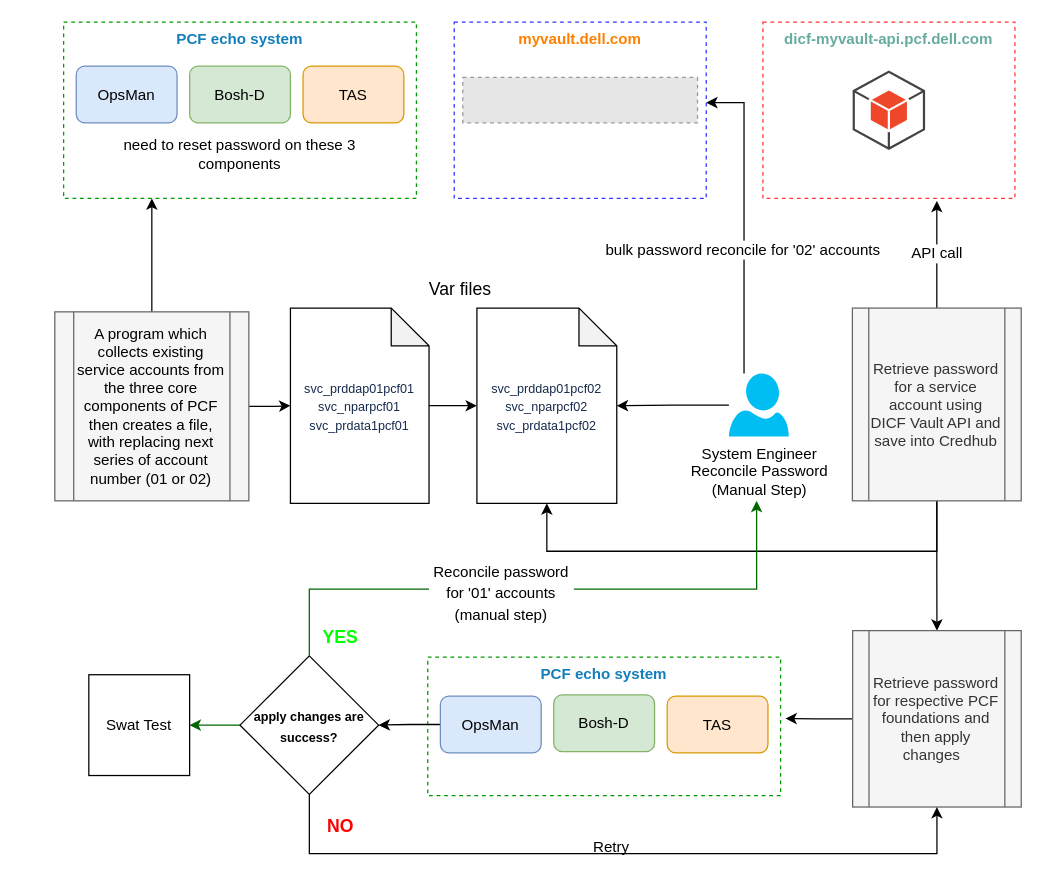
This is Untitled Diagram.drawio from rama78/drawio, a draw.io file, before an edit. Source tidied: cells renumbered, new cells numbered last; positions are measured from the earlier drawing's top-left corner, leaving out a move shared by most shapes. Both pictures are drawn from the tidied source at 126%, with x=0, y=0 at pixel (54, 21). Pictures stored in the file or linked from it are replaced by grey dashed boxes.
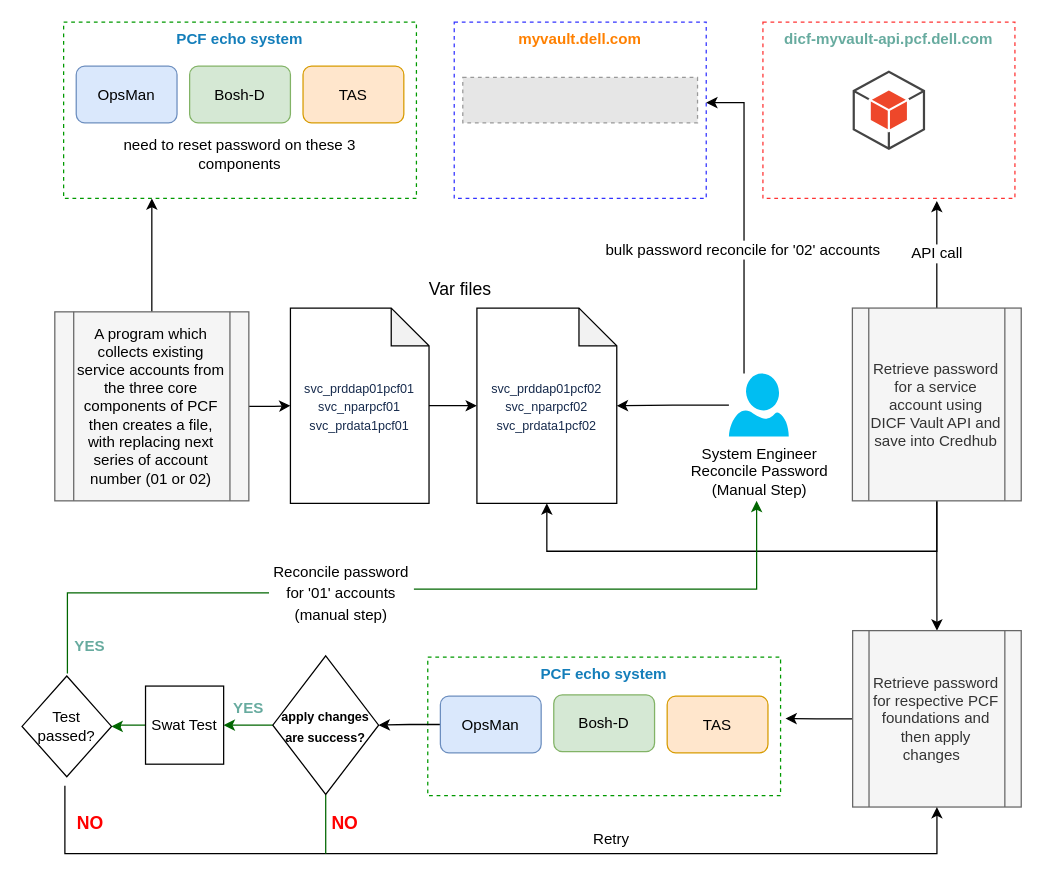
The same page after the edit.

The change refers to these unchanged cells:
```xml
<mxCell id="27" value="Retrieve password for respective PCF foundations and then apply changes&amp;nbsp;&amp;nbsp;" style="shape=process;whiteSpace=wrap;html=1;backgroundOutline=1;fontSize=12;strokeColor=#666666;fillColor=#f5f5f5;fontColor=#333333;" parent="1" vertex="1">
  <mxGeometry x="633.2" y="483" width="133.8" height="140" as="geometry" />
</mxCell>
```

What changed in the source:
```diff
@@
-    <mxCell id="33" style="edgeStyle=orthogonalEdgeStyle;rounded=0;jettySize=auto;html=1;fontSize=10;fontColor=#000000;entryX=0.5;entryY=1;entryDx=0;entryDy=0;" parent="1" edge="1" source="36" target="27">
+    <mxCell id="33" style="edgeStyle=orthogonalEdgeStyle;rounded=0;jettySize=auto;html=1;fontSize=10;fontColor=#000000;entryX=0.5;entryY=1;entryDx=0;entryDy=0;exitX=0.479;exitY=1.088;exitDx=0;exitDy=0;exitPerimeter=0;" parent="1" edge="1" source="45" target="27">
       <mxGeometry relative="1" as="geometry">
         <Array as="points">
-          <mxPoint x="202" y="660" />
+          <mxPoint x="8" y="660" />
           <mxPoint x="700" y="660" />
         </Array>
       </mxGeometry>
     </mxCell>
@@
+    <mxCell id="43" style="edgeStyle=orthogonalEdgeStyle;rounded=0;jettySize=auto;html=1;fontSize=12;fontColor=#000000;endArrow=none;endFill=0;strokeColor=#006600;" parent="1" edge="1" source="36">
+      <mxGeometry relative="1" as="geometry">
+        <mxPoint x="215" y="660" as="targetPoint" />
+      </mxGeometry>
+    </mxCell>
     <mxCell id="36" value="&lt;font style=&quot;font-size: 10px&quot;&gt;&lt;b&gt;apply changes are success?&lt;/b&gt;&lt;/font&gt;" style="rhombus;whiteSpace=wrap;html=1;fontSize=14;fontColor=#000000;strokeColor=#000000;" parent="1" vertex="1">
-      <mxGeometry x="147" y="503" width="110" height="110" as="geometry" />
+      <mxGeometry x="173" y="503" width="84" height="110" as="geometry" />
     </mxCell>
-    <mxCell id="37" value="&lt;font style=&quot;font-size: 14px&quot; color=&quot;#00ff00&quot;&gt;YES&lt;/font&gt;" style="text;html=1;strokeColor=none;fillColor=none;align=center;verticalAlign=middle;whiteSpace=wrap;rounded=0;fontSize=12;fontColor=#000000;fontStyle=1;" parent="1" vertex="1">
-      <mxGeometry x="197" y="473" width="60" height="30" as="geometry" />
+    <mxCell id="37" value="&lt;font style=&quot;font-size: 12px&quot; color=&quot;#67ab9f&quot;&gt;YES&lt;/font&gt;" style="text;html=1;strokeColor=none;fillColor=none;align=center;verticalAlign=middle;whiteSpace=wrap;rounded=0;fontSize=12;fontColor=#000000;fontStyle=1;" parent="1" vertex="1">
+      <mxGeometry x="136" y="530" width="36" height="30" as="geometry" />
     </mxCell>
     <mxCell id="38" value="&lt;font style=&quot;font-size: 14px&quot; color=&quot;#ff0000&quot;&gt;NO&lt;/font&gt;" style="text;html=1;strokeColor=none;fillColor=none;align=center;verticalAlign=middle;whiteSpace=wrap;rounded=0;fontSize=12;fontColor=#000000;fontStyle=1;" parent="1" vertex="1">
-      <mxGeometry x="197" y="623" width="60" height="30" as="geometry" />
+      <mxGeometry x="216" y="621" width="29" height="30" as="geometry" />
     </mxCell>
     <mxCell id="39" value="&lt;font color=&quot;#000000&quot;&gt;&lt;span style=&quot;font-size: 12px&quot;&gt;Reconcile password for '01' accounts (manual&amp;nbsp;step)&lt;/span&gt;&lt;/font&gt;" style="text;html=1;strokeColor=none;fillColor=none;align=center;verticalAlign=middle;whiteSpace=wrap;rounded=0;fontSize=14;fontColor=#FF0000;" parent="1" vertex="1">
-      <mxGeometry x="297" y="438" width="115" height="30" as="geometry" />
+      <mxGeometry x="170" y="438" width="115" height="30" as="geometry" />
     </mxCell>
-    <mxCell id="40" style="edgeStyle=orthogonalEdgeStyle;rounded=0;jettySize=auto;html=1;fontSize=10;fontColor=#000000;strokeColor=#006600;endArrow=none;" parent="1" edge="1" source="36" target="39">
+    <mxCell id="40" style="edgeStyle=orthogonalEdgeStyle;rounded=0;jettySize=auto;html=1;fontSize=10;fontColor=#000000;strokeColor=#006600;endArrow=none;" parent="1" edge="1" target="39">
       <mxGeometry relative="1" as="geometry">
+        <mxPoint x="10" y="517" as="sourcePoint" />
         <Array as="points">
-          <mxPoint x="202" y="450" />
+          <mxPoint x="10" y="517" />
+          <mxPoint x="10" y="453" />
         </Array>
       </mxGeometry>
     </mxCell>
     <mxCell id="41" value="Retry" style="text;html=1;strokeColor=none;fillColor=none;align=center;verticalAlign=middle;whiteSpace=wrap;rounded=0;fontSize=12;fontColor=#000000;" parent="1" vertex="1">
-      <mxGeometry x="412" y="640" width="60" height="30" as="geometry" />
+      <mxGeometry x="412" y="634" width="60" height="30" as="geometry" />
     </mxCell>
+    <mxCell id="44" style="edgeStyle=orthogonalEdgeStyle;rounded=0;jettySize=auto;html=1;fontSize=12;fontColor=#000000;strokeColor=#006600;" parent="1" edge="1" source="42" target="45">
+      <mxGeometry relative="1" as="geometry" />
+    </mxCell>
     <mxCell id="42" value="Swat Test" style="whiteSpace=wrap;html=1;fontSize=12;fontColor=#000000;strokeColor=#000000;" parent="1" vertex="1">
-      <mxGeometry x="27" y="518" width="80" height="80" as="geometry" />
+      <mxGeometry x="72" y="527" width="62" height="62" as="geometry" />
     </mxCell>
+    <mxCell id="45" value="Test passed?" style="rhombus;whiteSpace=wrap;html=1;strokeColor=#000000;fontColor=#000000;" parent="1" vertex="1">
+      <mxGeometry x="-26" y="519" width="71" height="80" as="geometry" />
+    </mxCell>
+    <mxCell id="46" value="&lt;font style=&quot;font-size: 12px&quot; color=&quot;#67ab9f&quot;&gt;YES&lt;/font&gt;" style="text;html=1;strokeColor=none;fillColor=none;align=center;verticalAlign=middle;whiteSpace=wrap;rounded=0;fontSize=12;fontColor=#000000;fontStyle=1;" parent="1" vertex="1">
+      <mxGeometry x="10" y="481" width="36" height="30" as="geometry" />
+    </mxCell>
+    <mxCell id="47" value="&lt;font style=&quot;font-size: 14px&quot; color=&quot;#ff0000&quot;&gt;NO&lt;/font&gt;" style="text;html=1;strokeColor=none;fillColor=none;align=center;verticalAlign=middle;whiteSpace=wrap;rounded=0;fontSize=12;fontColor=#000000;fontStyle=1;" parent="1" vertex="1">
+      <mxGeometry x="13.5" y="621" width="29" height="30" as="geometry" />
+    </mxCell>
```
